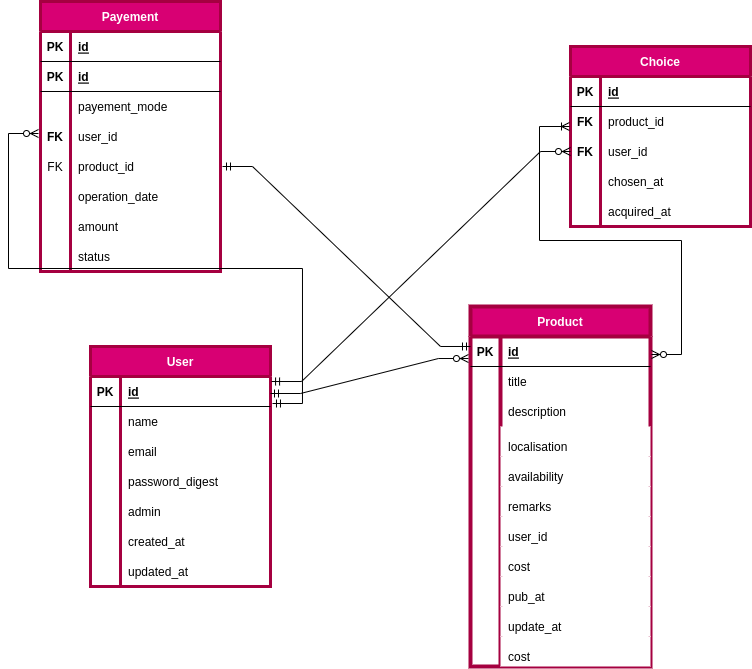
Above: public/ER.png in IBRAHIMA8/Transimo (draw.io), before the change. Source tidied: cells renumbered, new cells last; positions are measured from the earlier drawing's top-left corner, leaving out a move shared by most shapes.
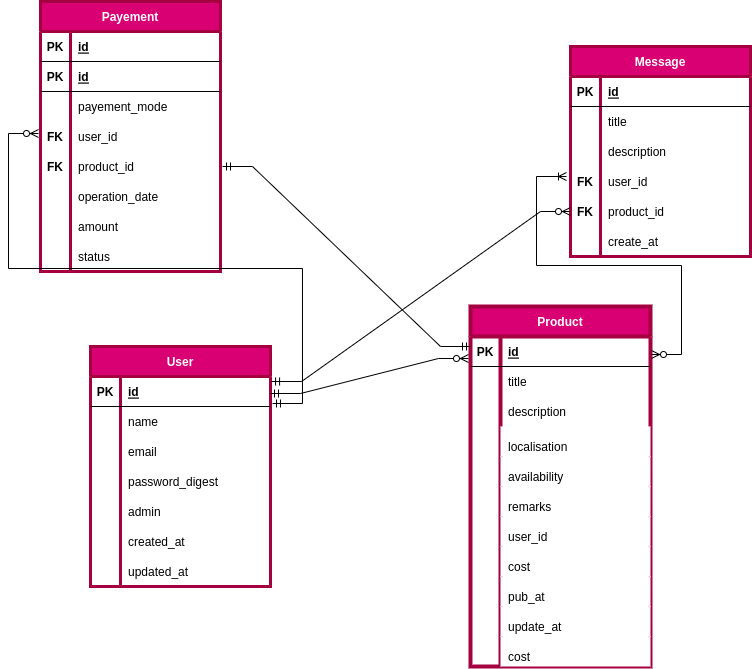
The same file after the commit.

Diff of the diagram source:
```diff
@@ -170,8 +170,8 @@
     <mxCell id="57" value="cost" style="shape=partialRectangle;fillColor=default;top=0;left=0;bottom=0;right=0;align=left;spacingLeft=6;overflow=hidden;verticalAlign=bottom;" parent="55" vertex="1">
       <mxGeometry x="30" width="150" height="30" as="geometry" />
     </mxCell>
-    <mxCell id="58" value="Choice" style="shape=table;startSize=30;rowLines=0;fontStyle=1;align=center;fillColor=#d80073;fontColor=#ffffff;strokeColor=#A50040;strokeWidth=3;" parent="1" vertex="1">
-      <mxGeometry x="532" y="45" width="180" height="180" as="geometry" />
+    <mxCell id="58" value="Message" style="shape=table;startSize=30;rowLines=0;fontStyle=1;align=center;fillColor=#d80073;fontColor=#ffffff;strokeColor=#A50040;strokeWidth=3;" parent="1" vertex="1">
+      <mxGeometry x="532" y="45" width="180" height="210" as="geometry" />
     </mxCell>
     <mxCell id="59" style="shape=tableRow;horizontal=0;startSize=0;swimlaneHead=0;swimlaneBody=0;fillColor=none;top=0;left=0;right=0;bottom=1;" parent="58" vertex="1">
       <mxGeometry y="30" width="180" height="30" as="geometry" />
@@ -185,39 +185,48 @@
     <mxCell id="62" style="shape=tableRow;horizontal=0;startSize=0;swimlaneHead=0;swimlaneBody=0;fillColor=none;top=0;left=0;right=0;bottom=0;" parent="58" vertex="1">
       <mxGeometry y="60" width="180" height="30" as="geometry" />
     </mxCell>
-    <mxCell id="63" value="FK" style="shape=partialRectangle;fillColor=none;top=0;left=0;bottom=0;right=0;overflow=hidden;fontStyle=1;" parent="62" vertex="1">
+    <mxCell id="63" style="shape=partialRectangle;fillColor=none;top=0;left=0;bottom=0;right=0;overflow=hidden;fontStyle=1;" parent="62" vertex="1">
       <mxGeometry width="30" height="30" as="geometry" />
     </mxCell>
-    <mxCell id="64" value="product_id" style="shape=partialRectangle;fillColor=none;top=0;left=0;bottom=0;right=0;align=left;spacingLeft=6;overflow=hidden;" parent="62" vertex="1">
+    <mxCell id="64" value="title" style="shape=partialRectangle;fillColor=none;top=0;left=0;bottom=0;right=0;align=left;spacingLeft=6;overflow=hidden;" parent="62" vertex="1">
       <mxGeometry x="30" width="150" height="30" as="geometry" />
     </mxCell>
     <mxCell id="65" style="shape=tableRow;horizontal=0;startSize=0;swimlaneHead=0;swimlaneBody=0;fillColor=none;points=[[0,0.5],[1,0.5]];portConstraint=eastwest;top=0;left=0;right=0;bottom=0;" parent="58" vertex="1">
       <mxGeometry y="90" width="180" height="30" as="geometry" />
     </mxCell>
-    <mxCell id="66" value="FK" style="shape=partialRectangle;fillColor=none;top=0;left=0;bottom=0;right=0;overflow=hidden;fontStyle=1;" parent="65" vertex="1">
+    <mxCell id="66" style="shape=partialRectangle;fillColor=none;top=0;left=0;bottom=0;right=0;overflow=hidden;fontStyle=1;" parent="65" vertex="1">
       <mxGeometry width="30" height="30" as="geometry" />
     </mxCell>
-    <mxCell id="67" value="user_id" style="shape=partialRectangle;fillColor=none;top=0;left=0;bottom=0;right=0;align=left;spacingLeft=6;overflow=hidden;" parent="65" vertex="1">
+    <mxCell id="67" value="description" style="shape=partialRectangle;fillColor=none;top=0;left=0;bottom=0;right=0;align=left;spacingLeft=6;overflow=hidden;" parent="65" vertex="1">
       <mxGeometry x="30" width="150" height="30" as="geometry" />
     </mxCell>
     <mxCell id="68" style="shape=tableRow;horizontal=0;startSize=0;swimlaneHead=0;swimlaneBody=0;fillColor=none;top=0;left=0;right=0;bottom=0;" parent="58" vertex="1">
       <mxGeometry y="120" width="180" height="30" as="geometry" />
     </mxCell>
-    <mxCell id="69" style="shape=partialRectangle;fillColor=none;top=0;left=0;bottom=0;right=0;overflow=hidden;" parent="68" vertex="1">
+    <mxCell id="69" value="FK" style="shape=partialRectangle;fillColor=none;top=0;left=0;bottom=0;right=0;overflow=hidden;fontStyle=1;" parent="68" vertex="1">
       <mxGeometry width="30" height="30" as="geometry" />
     </mxCell>
-    <mxCell id="70" value="chosen_at" style="shape=partialRectangle;fillColor=none;top=0;left=0;bottom=0;right=0;align=left;spacingLeft=6;overflow=hidden;" parent="68" vertex="1">
+    <mxCell id="70" value="user_id" style="shape=partialRectangle;fillColor=none;top=0;left=0;bottom=0;right=0;align=left;spacingLeft=6;overflow=hidden;" parent="68" vertex="1">
       <mxGeometry x="30" width="150" height="30" as="geometry" />
     </mxCell>
     <mxCell id="71" style="shape=tableRow;horizontal=0;startSize=0;swimlaneHead=0;swimlaneBody=0;fillColor=none;points=[[0,0.5],[1,0.5]];portConstraint=eastwest;top=0;left=0;right=0;bottom=0;" parent="58" vertex="1">
       <mxGeometry y="150" width="180" height="30" as="geometry" />
     </mxCell>
-    <mxCell id="72" style="shape=partialRectangle;fillColor=none;top=0;left=0;bottom=0;right=0;overflow=hidden;" parent="71" vertex="1">
+    <mxCell id="72" value="FK" style="shape=partialRectangle;fillColor=none;top=0;left=0;bottom=0;right=0;overflow=hidden;fontStyle=1;" parent="71" vertex="1">
       <mxGeometry width="30" height="30" as="geometry" />
     </mxCell>
-    <mxCell id="73" value="acquired_at" style="shape=partialRectangle;fillColor=none;top=0;left=0;bottom=0;right=0;align=left;spacingLeft=6;overflow=hidden;" parent="71" vertex="1">
+    <mxCell id="73" value="product_id" style="shape=partialRectangle;fillColor=none;top=0;left=0;bottom=0;right=0;align=left;spacingLeft=6;overflow=hidden;" parent="71" vertex="1">
       <mxGeometry x="30" width="150" height="30" as="geometry" />
     </mxCell>
+    <mxCell id="105" style="shape=tableRow;horizontal=0;startSize=0;swimlaneHead=0;swimlaneBody=0;fillColor=none;top=0;left=0;right=0;bottom=0;" parent="58" vertex="1">
+      <mxGeometry y="180" width="180" height="30" as="geometry" />
+    </mxCell>
+    <mxCell id="106" style="shape=partialRectangle;fillColor=none;top=0;left=0;bottom=0;right=0;overflow=hidden;fontStyle=1;" parent="105" vertex="1">
+      <mxGeometry width="30" height="30" as="geometry" />
+    </mxCell>
+    <mxCell id="107" value="create_at" style="shape=partialRectangle;fillColor=none;top=0;left=0;bottom=0;right=0;align=left;spacingLeft=6;overflow=hidden;" parent="105" vertex="1">
+      <mxGeometry x="30" width="150" height="30" as="geometry" />
+    </mxCell>
     <mxCell id="74" style="edgeStyle=entityRelationEdgeStyle;fontSize=12;html=1;endArrow=ERzeroToMany;startArrow=ERmandOne;rounded=0;entryX=0.022;entryY=-0.033;entryDx=0;entryDy=0;entryPerimeter=0;" parent="1" edge="1">
       <mxGeometry relative="1" as="geometry">
         <mxPoint x="232" y="392" as="sourcePoint" />
@@ -230,7 +239,7 @@
     <mxCell id="76" style="edgeStyle=entityRelationEdgeStyle;fontSize=12;html=1;endArrow=ERoneToMany;startArrow=ERzeroToMany;rounded=0;exitX=1;exitY=0.5;exitDx=0;exitDy=0;" parent="1" edge="1">
       <mxGeometry relative="1" as="geometry">
         <mxPoint x="613" y="353" as="sourcePoint" />
-        <mxPoint x="531" y="125" as="targetPoint" />
+        <mxPoint x="528" y="175" as="targetPoint" />
       </mxGeometry>
     </mxCell>
     <mxCell id="77" value="Payement" style="shape=table;startSize=30;rowLines=0;fontStyle=1;align=center;fillColor=#d80073;fontColor=#ffffff;strokeColor=#A50040;strokeWidth=3;" parent="1" vertex="1">
@@ -275,7 +284,7 @@
     <mxCell id="90" style="shape=tableRow;horizontal=0;startSize=0;swimlaneHead=0;swimlaneBody=0;fillColor=none;top=0;left=0;right=0;bottom=0;" parent="77" vertex="1">
       <mxGeometry y="150" width="180" height="30" as="geometry" />
     </mxCell>
-    <mxCell id="91" value="FK" style="shape=partialRectangle;fillColor=none;top=0;left=0;bottom=0;right=0;overflow=hidden;" parent="90" vertex="1">
+    <mxCell id="91" value="FK" style="shape=partialRectangle;fillColor=none;top=0;left=0;bottom=0;right=0;overflow=hidden;fontStyle=1;" parent="90" vertex="1">
       <mxGeometry width="30" height="30" as="geometry" />
     </mxCell>
     <mxCell id="92" value="product_id" style="shape=partialRectangle;fillColor=none;top=0;left=0;bottom=0;right=0;align=left;spacingLeft=6;overflow=hidden;" parent="90" vertex="1">
@@ -319,7 +328,7 @@
         <mxPoint x="184" y="165" as="sourcePoint" />
       </mxGeometry>
     </mxCell>
-    <mxCell id="104" style="edgeStyle=entityRelationEdgeStyle;fontSize=12;html=1;endArrow=ERzeroToMany;startArrow=ERmandOne;rounded=0;entryX=0;entryY=0.5;entryDx=0;entryDy=0;exitX=1.006;exitY=0.167;exitDx=0;exitDy=0;exitPerimeter=0;" parent="1" edge="1" source="3" target="65">
+    <mxCell id="104" style="edgeStyle=entityRelationEdgeStyle;fontSize=12;html=1;endArrow=ERzeroToMany;startArrow=ERmandOne;rounded=0;exitX=1.006;exitY=0.167;exitDx=0;exitDy=0;exitPerimeter=0;" parent="1" edge="1" source="3" target="71">
       <mxGeometry relative="1" as="geometry" />
     </mxCell>
   </root>
```
